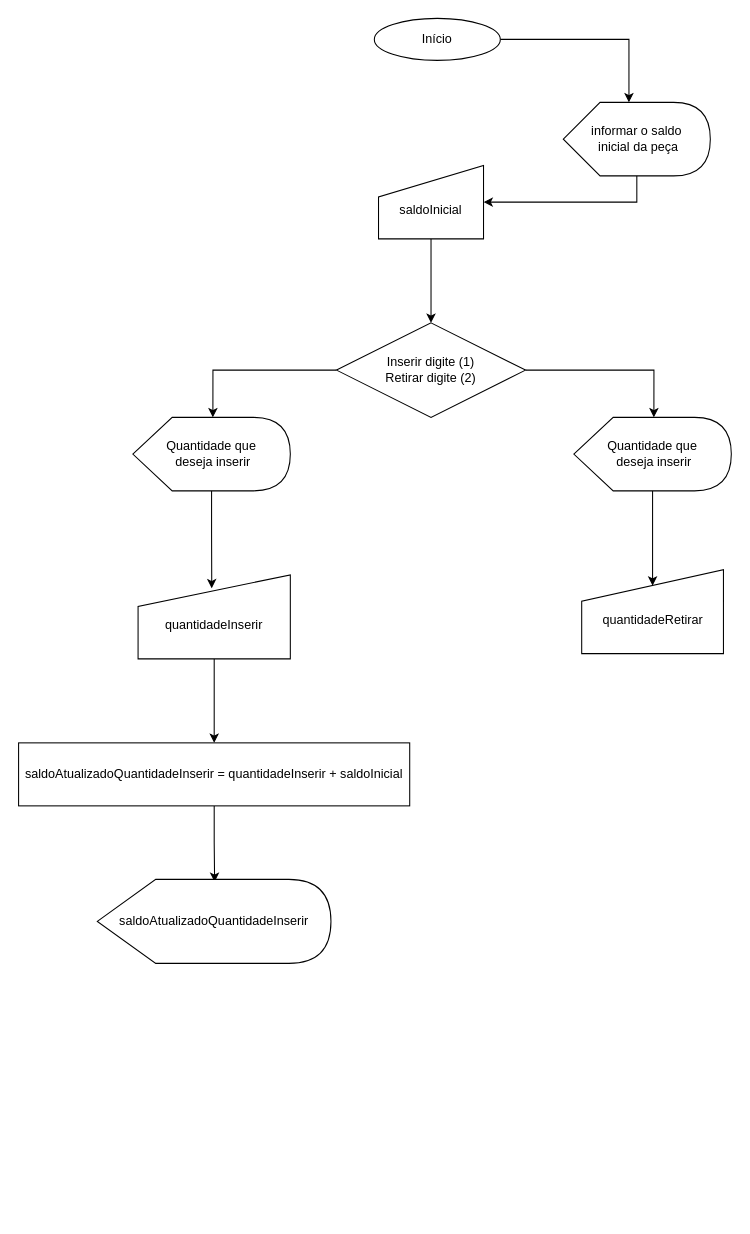
Earlier version of the draw.io diagram 06 - Lógica de programação/04a - Atividade 1 - Desenvolvimento de algoritmo para um sistema de controle de estoque de peças/Diagrama sem nome.drawio (renato-wessmer/SENAI-Front-End). Source tidied: cells renumbered, new cells numbered last; positions are measured from the earlier drawing's top-left corner, leaving out a move shared by most shapes. Both pictures are drawn from the tidied source at 105%, with x=0, y=0 at pixel (18, 18).
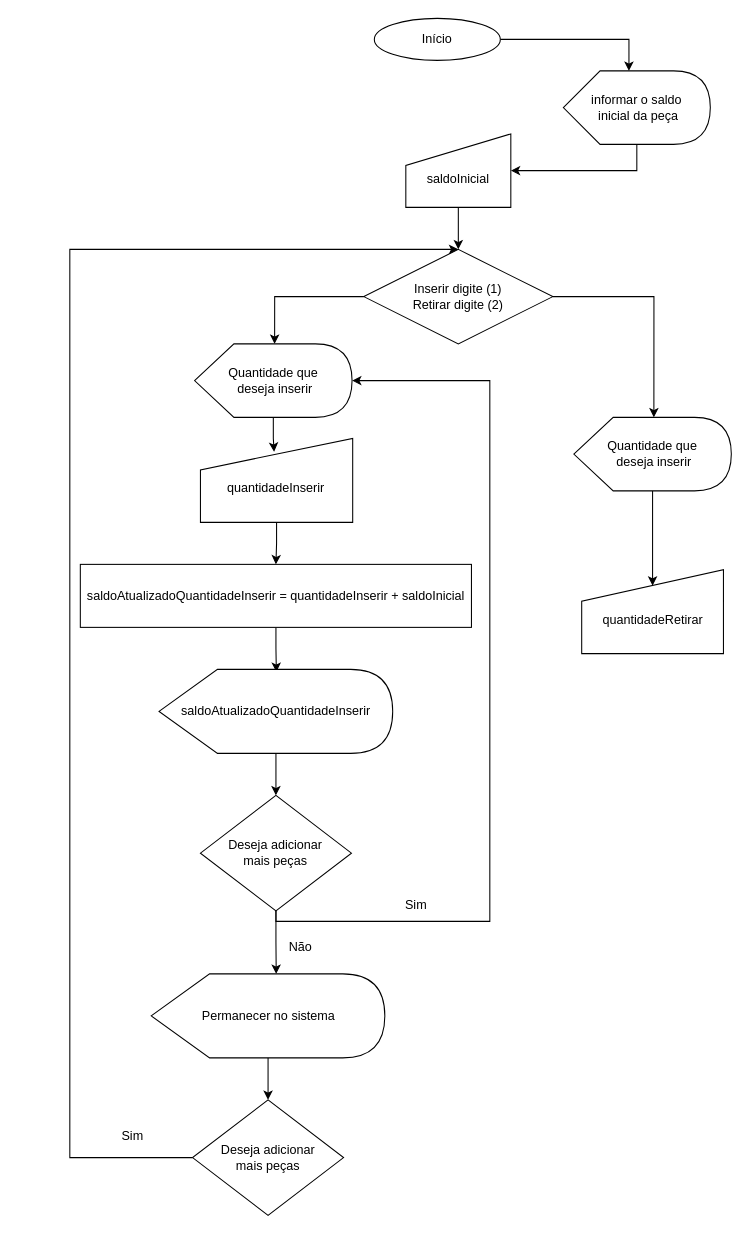
After the change.

Diff of the diagram source:
```diff
@@
     <mxCell id="6" value="Inserir digite (1)&lt;br&gt;Retirar digite (2)" style="rhombus;whiteSpace=wrap;html=1;" parent="1" vertex="1">
-      <mxGeometry x="303" y="290" width="180" height="90" as="geometry" />
+      <mxGeometry x="329" y="220" width="180" height="90" as="geometry" />
     </mxCell>
@@
     <mxCell id="8" value="informar o saldo&lt;br&gt;&amp;nbsp;inicial da peça" style="shape=display;whiteSpace=wrap;html=1;" parent="1" vertex="1">
-      <mxGeometry x="519" y="80" width="140" height="70" as="geometry" />
+      <mxGeometry x="519" y="50" width="140" height="70" as="geometry" />
     </mxCell>
@@
     <mxCell id="10" value="&lt;br&gt;saldoInicial" style="shape=manualInput;whiteSpace=wrap;html=1;" parent="1" vertex="1">
-      <mxGeometry x="343" y="140" width="100" height="70" as="geometry" />
+      <mxGeometry x="369" y="110" width="100" height="70" as="geometry" />
     </mxCell>
@@
     <mxCell id="12" value="Quantidade que&lt;br&gt;&amp;nbsp;deseja inserir" style="shape=display;whiteSpace=wrap;html=1;" parent="1" vertex="1">
-      <mxGeometry x="109" y="380" width="150" height="70" as="geometry" />
+      <mxGeometry x="167.8" y="310" width="150" height="70" as="geometry" />
     </mxCell>
@@
     <mxCell id="16" value="&lt;br&gt;quantidadeInserir" style="shape=manualInput;whiteSpace=wrap;html=1;" parent="1" vertex="1">
-      <mxGeometry x="114" y="530" width="145" height="80" as="geometry" />
+      <mxGeometry x="173.4" y="400" width="145" height="80" as="geometry" />
     </mxCell>
@@
     <mxCell id="19" value="saldoAtualizadoQuantidadeInserir = quantidadeInserir + saldoInicial" style="rounded=0;whiteSpace=wrap;html=1;" parent="1" vertex="1">
-      <mxGeometry x="0.2" y="690" width="372.5" height="60" as="geometry" />
+      <mxGeometry x="59" y="520" width="372.5" height="60" as="geometry" />
     </mxCell>
+    <mxCell id="21" style="edgeStyle=orthogonalEdgeStyle;rounded=0;jettySize=auto;html=1;entryX=0.5;entryY=0;entryDx=0;entryDy=0;" parent="1" edge="1" source="20" target="24">
+      <mxGeometry relative="1" as="geometry" />
+    </mxCell>
     <mxCell id="20" value="saldoAtualizadoQuantidadeInserir" style="shape=display;whiteSpace=wrap;html=1;" parent="1" vertex="1">
-      <mxGeometry x="75.2" y="820" width="222.5" height="80" as="geometry" />
+      <mxGeometry x="134" y="620" width="222.5" height="80" as="geometry" />
     </mxCell>
+    <mxCell id="22" style="edgeStyle=orthogonalEdgeStyle;rounded=0;jettySize=auto;html=1;entryX=1;entryY=0.5;entryDx=0;entryDy=0;entryPerimeter=0;" parent="1" edge="1" source="24" target="12">
+      <mxGeometry relative="1" as="geometry">
+        <Array as="points">
+          <mxPoint x="245" y="860" />
+          <mxPoint x="449" y="860" />
+          <mxPoint x="449" y="345" />
+        </Array>
+      </mxGeometry>
+    </mxCell>
+    <mxCell id="23" style="edgeStyle=orthogonalEdgeStyle;rounded=0;jettySize=auto;html=1;entryX=0;entryY=0;entryDx=119.0625;entryDy=0;entryPerimeter=0;" parent="1" edge="1" source="24" target="27">
+      <mxGeometry relative="1" as="geometry" />
+    </mxCell>
+    <mxCell id="24" value="Deseja adicionar &lt;br&gt;mais peças" style="rhombus;whiteSpace=wrap;html=1;" parent="1" vertex="1">
+      <mxGeometry x="173.4" y="740" width="143.8" height="110" as="geometry" />
+    </mxCell>
+    <mxCell id="25" value="Sim" style="text;strokeColor=none;align=center;fillColor=none;html=1;verticalAlign=middle;whiteSpace=wrap;rounded=0;" parent="1" vertex="1">
+      <mxGeometry x="349" y="830" width="60" height="30" as="geometry" />
+    </mxCell>
+    <mxCell id="26" style="edgeStyle=orthogonalEdgeStyle;rounded=0;jettySize=auto;html=1;entryX=0.5;entryY=0;entryDx=0;entryDy=0;" parent="1" edge="1" source="27" target="29">
+      <mxGeometry relative="1" as="geometry" />
+    </mxCell>
+    <mxCell id="27" value="Permanecer no sistema" style="shape=display;whiteSpace=wrap;html=1;" parent="1" vertex="1">
+      <mxGeometry x="126.5" y="910" width="222.5" height="80" as="geometry" />
+    </mxCell>
+    <mxCell id="28" style="edgeStyle=orthogonalEdgeStyle;rounded=0;jettySize=auto;html=1;" parent="1" edge="1" source="29">
+      <mxGeometry relative="1" as="geometry">
+        <mxPoint x="419" y="220" as="targetPoint" />
+        <Array as="points">
+          <mxPoint x="49" y="1085" />
+          <mxPoint x="49" y="220" />
+        </Array>
+      </mxGeometry>
+    </mxCell>
+    <mxCell id="29" value="Deseja adicionar &lt;br&gt;mais peças" style="rhombus;whiteSpace=wrap;html=1;" parent="1" vertex="1">
+      <mxGeometry x="165.9" y="1030" width="143.8" height="110" as="geometry" />
+    </mxCell>
+    <mxCell id="30" value="Sim" style="text;strokeColor=none;align=center;fillColor=none;html=1;verticalAlign=middle;whiteSpace=wrap;rounded=0;" parent="1" vertex="1">
+      <mxGeometry x="79" y="1050" width="60" height="30" as="geometry" />
+    </mxCell>
+    <mxCell id="31" value="Não" style="text;strokeColor=none;align=center;fillColor=none;html=1;verticalAlign=middle;whiteSpace=wrap;rounded=0;" parent="1" vertex="1">
+      <mxGeometry x="239" y="870" width="60" height="30" as="geometry" />
+    </mxCell>
```
